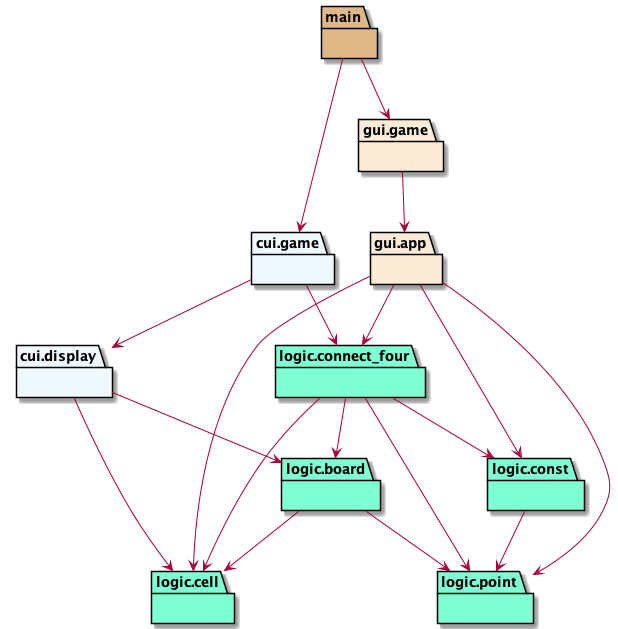
The PlantUML diagram docs/packages.png in nafuka11/dena-review, before a commit. Source of this version:
```plantuml
@startuml packages
set namespaceSeparator none
package "cui.display" as cui.display #aliceblue {
}
package "cui.game" as cui.game #aliceblue {
}
package "gui.app" as gui.app #antiquewhite {
}
package "gui.game" as gui.game #antiquewhite {
}
package "logic.board" as logic.board #aquamarine {
}
package "logic.cell" as logic.cell #aquamarine {
}
package "logic.connect_four" as logic.connect_four #aquamarine {
}
package "logic.const" as logic.const #aquamarine {
}
package "logic.point" as logic.point #aquamarine {
}
package "main" as main #burlywood {
}
cui.display --> logic.board
cui.display --> logic.cell
cui.game --> cui.display
cui.game --> logic.connect_four
gui.app --> logic.cell
gui.app --> logic.connect_four
gui.app --> logic.const
gui.app --> logic.point
gui.game --> gui.app
logic.board --> logic.cell
logic.board --> logic.point
logic.connect_four --> logic.const
logic.connect_four --> logic.board
logic.connect_four --> logic.cell
logic.connect_four --> logic.point
logic.const --> logic.point
main --> cui.game
main --> gui.game
@enduml
```
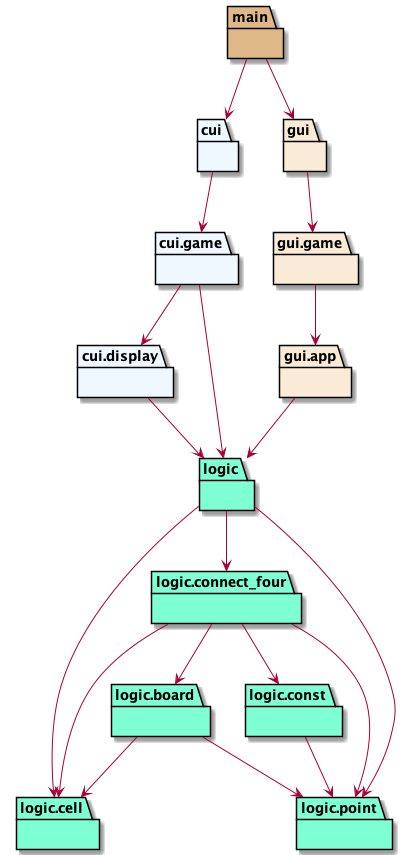
After the commit.

Commit message:
docs: update UML diagram

Change to the diagram source:
```diff
@@ -1,12 +1,18 @@
 @startuml packages
 set namespaceSeparator none
+package "cui" as cui #aliceblue {
+}
 package "cui.display" as cui.display #aliceblue {
 }
 package "cui.game" as cui.game #aliceblue {
 }
+package "gui" as gui #antiquewhite {
+}
 package "gui.app" as gui.app #antiquewhite {
 }
 package "gui.game" as gui.game #antiquewhite {
+}
+package "logic" as logic #aquamarine {
 }
 package "logic.board" as logic.board #aquamarine {
 }
@@ -20,22 +26,23 @@
 }
 package "main" as main #burlywood {
 }
-cui.display --> logic.board
-cui.display --> logic.cell
+cui --> cui.game
+cui.display --> logic
 cui.game --> cui.display
-cui.game --> logic.connect_four
-gui.app --> logic.cell
-gui.app --> logic.connect_four
-gui.app --> logic.const
-gui.app --> logic.point
+cui.game --> logic
+gui --> gui.game
+gui.app --> logic
 gui.game --> gui.app
+logic --> logic.cell
+logic --> logic.connect_four
+logic --> logic.point
 logic.board --> logic.cell
 logic.board --> logic.point
-logic.connect_four --> logic.const
 logic.connect_four --> logic.board
 logic.connect_four --> logic.cell
+logic.connect_four --> logic.const
 logic.connect_four --> logic.point
 logic.const --> logic.point
-main --> cui.game
-main --> gui.game
+main --> cui
+main --> gui
 @enduml
```
